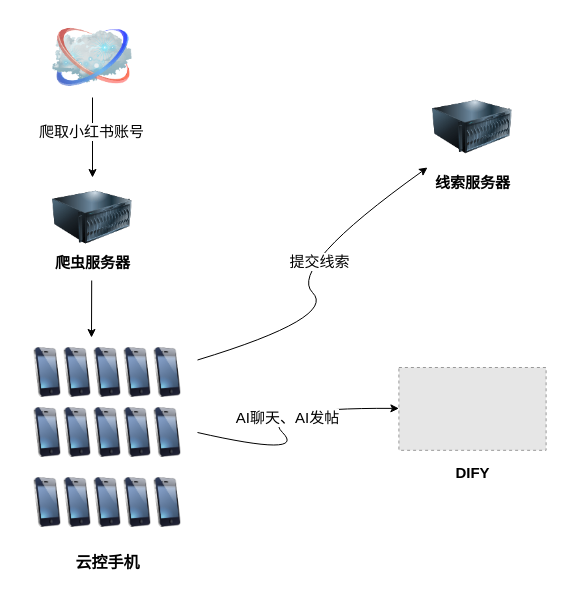
hbulixu/diagrams_store keeps this draw.io diagram as 小红书线索.drawio. Above is the earlier version. Source tidied: cells renumbered, new cells numbered last; positions are measured from the earlier drawing's top-left corner, leaving out a move shared by most shapes. Both pictures are drawn from the tidied source at 100%, with x=0, y=0 at pixel (17, 17). Pictures stored in the file or linked from it are replaced by grey dashed boxes.
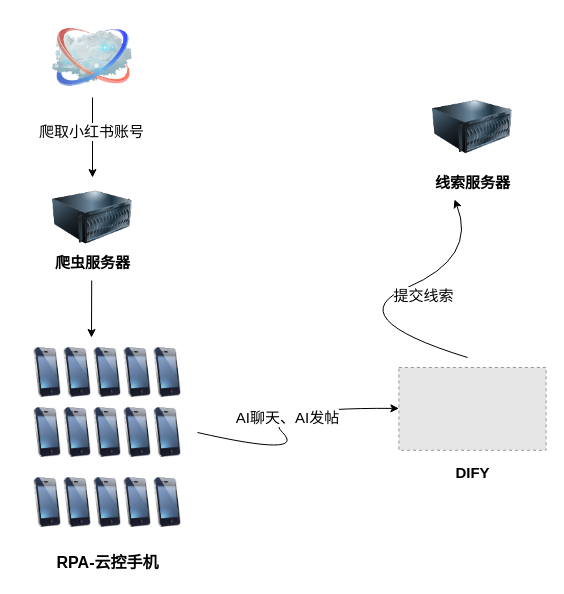
The same diagram, later.

Commit message:
更新小红书线索.drawio

The change refers to these unchanged cells:
```xml
<mxCell id="9" style="image;html=1;labelBackgroundColor=#ffffff;image=img/lib/clip_art/telecommunication/iPhone_128x128.png;rounded=1;shadow=0;comic=0;strokeWidth=2;fontSize=22;" parent="1" vertex="1">
  <mxGeometry x="120" y="330" width="60" height="50" as="geometry" />
</mxCell>
<mxCell id="23" value="线索服务器" style="text;html=1;align=center;verticalAlign=middle;points=[];strokeColor=none;fillColor=none;fontSize=15;fontStyle=1;" parent="1" vertex="1">
  <mxGeometry x="405" y="149.5" width="100" height="30" as="geometry" />
</mxCell>
```

Change to the diagram source:
```diff
@@
-    <mxCell id="20" value="云控手机" style="text;html=1;align=center;verticalAlign=middle;strokeColor=none;fillColor=none;fontSize=16;fontStyle=1;" parent="1" vertex="1">
-      <mxGeometry x="45" y="530" width="90" height="30" as="geometry" />
+    <mxCell id="20" value="RPA-云控手机" style="text;html=1;align=center;verticalAlign=middle;strokeColor=none;fillColor=none;fontSize=16;fontStyle=1;" parent="1" vertex="1">
+      <mxGeometry x="30" y="530" width="120" height="30" as="geometry" />
     </mxCell>
@@
-    <mxCell id="25" style="curved=1;endArrow=classic;html=1;rounded=0;exitX=1;exitY=0.25;exitDx=0;exitDy=0;" parent="1" edge="1" source="9">
+    <mxCell id="25" style="curved=1;endArrow=classic;html=1;rounded=0;entryX=0.32;entryY=1.083;entryDx=0;entryDy=0;entryPerimeter=0;" parent="1" edge="1" target="23">
       <mxGeometry relative="1" as="geometry">
-        <mxPoint x="410" y="150" as="targetPoint" />
+        <mxPoint x="450" y="340" as="sourcePoint" />
         <Array as="points">
           <mxPoint x="320" y="300" />
-          <mxPoint x="270" y="250" />
+          <mxPoint x="460" y="240" />
         </Array>
       </mxGeometry>
     </mxCell>
```
